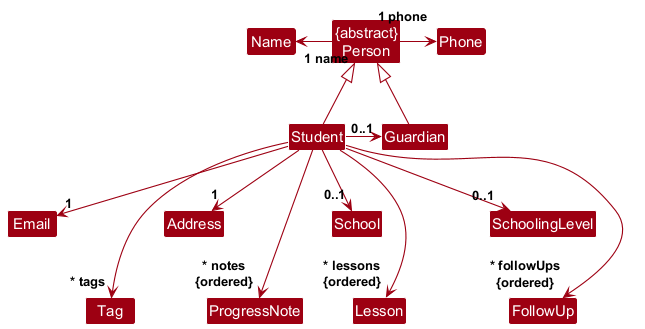
Earlier version of the PlantUML export docs/images/PersonClassDiagram.png (AY2627S1-CS2103T-F13-4/tp).
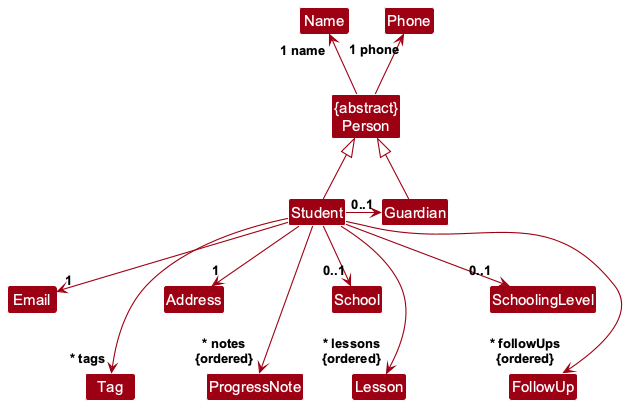
The same file after the commit.

Commit message:
Fix overlapping labels in two model diagrams and a stray class

The edit, as a diff of the source:
```diff
@@ -1,4 +1,5 @@
 @startuml
+skinparamlocked defaultFontName Arial
 !include style.puml
 skinparam arrowThickness 1.1
 skinparam arrowColor MODEL_COLOR
@@ -18,8 +19,9 @@
 class ProgressNote
 class FollowUp
 
-Person -left-> "1 name" Name
-Person -right-> "1 phone" Phone
+Person -up-> "1 name" Name
+Person -up-> "1 phone" Phone
+Name -[hidden]right- Phone
 
 Student -up-|> Person
 Guardian -up-|> Person
```
